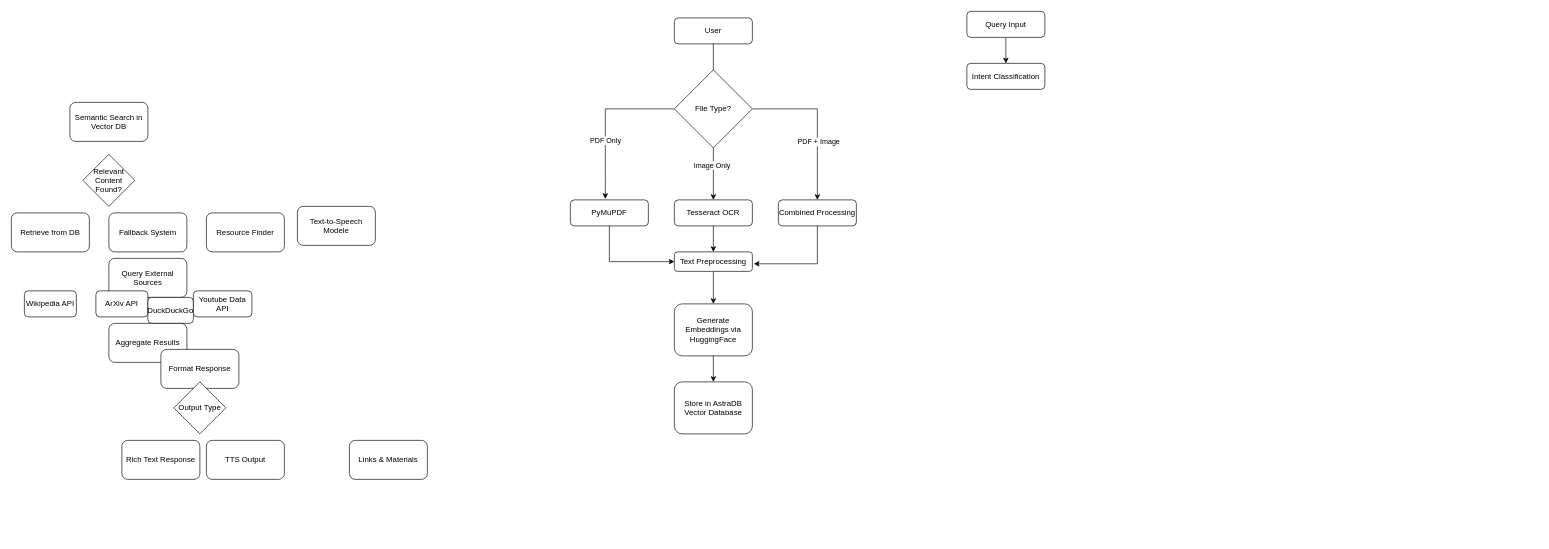
Earlier version of the draw.io diagram Untitled Diagram.drawio (krishSharma1810/SkillBridgeAIFrontend). Source tidied: cells renumbered, new cells numbered last; positions are measured from the earlier drawing's top-left corner, leaving out a move shared by most shapes. Both pictures are drawn from the tidied source at 65%, with x=0, y=0 at pixel (11, 11).
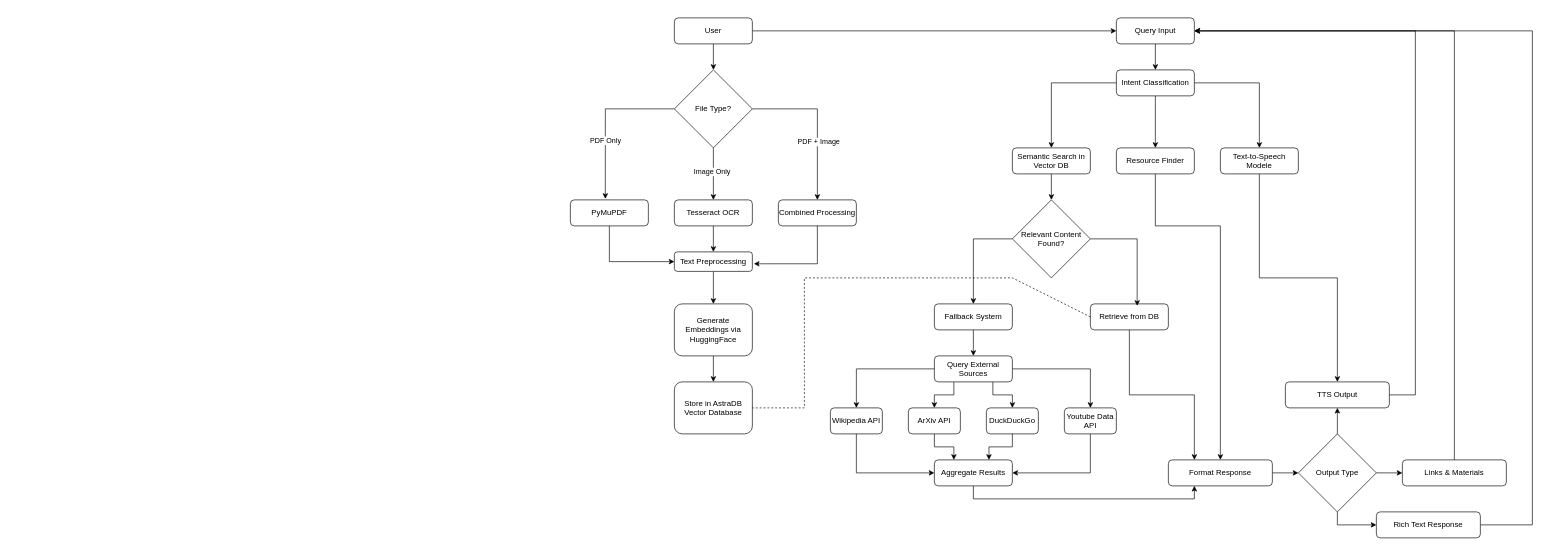
Above is the later version.

The change refers to these unchanged cells:
```xml
<mxCell id="27" value="File Type?" style="rhombus;whiteSpace=wrap;html=1;" parent="1" vertex="1">
  <mxGeometry x="1020" y="90" width="120" height="120" as="geometry" />
</mxCell>
<mxCell id="31" value="Tesseract OCR" style="rounded=1;whiteSpace=wrap;html=1;" parent="1" vertex="1">
  <mxGeometry x="1020" y="290" width="120" height="40" as="geometry" />
</mxCell>
<mxCell id="37" value="Store in AstraDB Vector Database" style="rounded=1;whiteSpace=wrap;html=1;" parent="1" vertex="1">
  <mxGeometry x="1020" y="570" width="120" height="80" as="geometry" />
</mxCell>
```

Diff of the diagram source:
```diff
@@
     <mxCell id="3" value="Query Input" style="rounded=1;whiteSpace=wrap;html=1;" parent="1" vertex="1">
-      <mxGeometry x="1470" width="120" height="40" as="geometry" />
+      <mxGeometry x="1700" y="10" width="120" height="40" as="geometry" />
     </mxCell>
+    <mxCell id="41" style="edgeStyle=orthogonalEdgeStyle;rounded=0;jettySize=auto;html=1;" parent="1" edge="1" source="4" target="8">
+      <mxGeometry relative="1" as="geometry" />
+    </mxCell>
+    <mxCell id="42" style="edgeStyle=orthogonalEdgeStyle;rounded=0;jettySize=auto;html=1;entryX=0.5;entryY=0;entryDx=0;entryDy=0;" parent="1" edge="1" source="4" target="7">
+      <mxGeometry relative="1" as="geometry" />
+    </mxCell>
+    <mxCell id="43" style="edgeStyle=orthogonalEdgeStyle;rounded=0;jettySize=auto;html=1;entryX=0.5;entryY=0;entryDx=0;entryDy=0;" parent="1" edge="1" source="4" target="5">
+      <mxGeometry relative="1" as="geometry" />
+    </mxCell>
     <mxCell id="4" value="Intent Classification" style="rounded=1;whiteSpace=wrap;html=1;" parent="1" vertex="1">
-      <mxGeometry x="1470" y="80" width="120" height="40" as="geometry" />
+      <mxGeometry x="1700" y="90" width="120" height="40" as="geometry" />
     </mxCell>
+    <mxCell id="44" style="edgeStyle=orthogonalEdgeStyle;rounded=0;jettySize=auto;html=1;entryX=0.5;entryY=0;entryDx=0;entryDy=0;" parent="1" edge="1" source="5" target="6">
+      <mxGeometry relative="1" as="geometry" />
+    </mxCell>
     <mxCell id="5" value="Semantic Search in Vector DB" style="rounded=1;whiteSpace=wrap;html=1;" parent="1" vertex="1">
-      <mxGeometry x="90" y="140" width="120" height="60" as="geometry" />
+      <mxGeometry x="1540" y="210" width="120" height="40" as="geometry" />
     </mxCell>
+    <mxCell id="45" style="edgeStyle=orthogonalEdgeStyle;rounded=0;jettySize=auto;html=1;entryX=0.5;entryY=0;entryDx=0;entryDy=0;" parent="1" edge="1" source="6" target="9">
+      <mxGeometry relative="1" as="geometry">
+        <Array as="points">
+          <mxPoint x="1480" y="350" />
+        </Array>
+      </mxGeometry>
+    </mxCell>
     <mxCell id="6" value="Relevant Content Found?" style="rhombus;whiteSpace=wrap;html=1;" parent="1" vertex="1">
-      <mxGeometry x="110" y="220" width="80" height="80" as="geometry" />
+      <mxGeometry x="1540" y="290" width="120" height="120" as="geometry" />
     </mxCell>
+    <mxCell id="46" style="edgeStyle=orthogonalEdgeStyle;rounded=0;jettySize=auto;html=1;entryX=0.5;entryY=0;entryDx=0;entryDy=0;" parent="1" edge="1" source="7" target="17">
+      <mxGeometry relative="1" as="geometry">
+        <Array as="points">
+          <mxPoint x="1760" y="330" />
+          <mxPoint x="1860" y="330" />
+        </Array>
+      </mxGeometry>
+    </mxCell>
     <mxCell id="7" value="Resource Finder" style="rounded=1;whiteSpace=wrap;html=1;" parent="1" vertex="1">
-      <mxGeometry x="300" y="310" width="120" height="60" as="geometry" />
+      <mxGeometry x="1700" y="210" width="120" height="40" as="geometry" />
     </mxCell>
+    <mxCell id="47" style="edgeStyle=orthogonalEdgeStyle;rounded=0;jettySize=auto;html=1;entryX=0.5;entryY=0;entryDx=0;entryDy=0;" parent="1" edge="1" source="8" target="20">
+      <mxGeometry relative="1" as="geometry" />
+    </mxCell>
     <mxCell id="8" value="Text-to-Speech Modele" style="rounded=1;whiteSpace=wrap;html=1;" parent="1" vertex="1">
-      <mxGeometry x="440" y="300" width="120" height="60" as="geometry" />
+      <mxGeometry x="1860" y="210" width="120" height="40" as="geometry" />
     </mxCell>
+    <mxCell id="48" style="edgeStyle=orthogonalEdgeStyle;rounded=0;jettySize=auto;html=1;entryX=0.5;entryY=0;entryDx=0;entryDy=0;" parent="1" edge="1" source="9" target="11">
+      <mxGeometry relative="1" as="geometry" />
+    </mxCell>
     <mxCell id="9" value="Fallback System" style="rounded=1;whiteSpace=wrap;html=1;" parent="1" vertex="1">
-      <mxGeometry x="150" y="310" width="120" height="60" as="geometry" />
+      <mxGeometry x="1420" y="450" width="120" height="40" as="geometry" />
     </mxCell>
+    <mxCell id="49" style="edgeStyle=orthogonalEdgeStyle;rounded=0;jettySize=auto;html=1;entryX=0.25;entryY=0;entryDx=0;entryDy=0;" parent="1" edge="1" source="10" target="17">
+      <mxGeometry relative="1" as="geometry" />
+    </mxCell>
     <mxCell id="10" value="Retrieve from DB" style="rounded=1;whiteSpace=wrap;html=1;" parent="1" vertex="1">
-      <mxGeometry y="310" width="120" height="60" as="geometry" />
+      <mxGeometry x="1660" y="450" width="120" height="40" as="geometry" />
     </mxCell>
+    <mxCell id="50" style="edgeStyle=orthogonalEdgeStyle;rounded=0;jettySize=auto;html=1;" parent="1" edge="1" source="11" target="12">
+      <mxGeometry relative="1" as="geometry" />
+    </mxCell>
+    <mxCell id="51" style="edgeStyle=orthogonalEdgeStyle;rounded=0;jettySize=auto;html=1;exitX=0.25;exitY=1;exitDx=0;exitDy=0;entryX=0.5;entryY=0;entryDx=0;entryDy=0;" parent="1" edge="1" source="11" target="13">
+      <mxGeometry relative="1" as="geometry" />
+    </mxCell>
+    <mxCell id="52" style="edgeStyle=orthogonalEdgeStyle;rounded=0;jettySize=auto;html=1;exitX=0.75;exitY=1;exitDx=0;exitDy=0;entryX=0.5;entryY=0;entryDx=0;entryDy=0;" parent="1" edge="1" source="11" target="14">
+      <mxGeometry relative="1" as="geometry" />
+    </mxCell>
+    <mxCell id="53" style="edgeStyle=orthogonalEdgeStyle;rounded=0;jettySize=auto;html=1;entryX=0.5;entryY=0;entryDx=0;entryDy=0;" parent="1" edge="1" source="11" target="15">
+      <mxGeometry relative="1" as="geometry" />
+    </mxCell>
     <mxCell id="11" value="Query External Sources" style="rounded=1;whiteSpace=wrap;html=1;" parent="1" vertex="1">
-      <mxGeometry x="150" y="380" width="120" height="60" as="geometry" />
+      <mxGeometry x="1420" y="530" width="120" height="40" as="geometry" />
     </mxCell>
+    <mxCell id="54" style="edgeStyle=orthogonalEdgeStyle;rounded=0;jettySize=auto;html=1;entryX=0;entryY=0.5;entryDx=0;entryDy=0;" parent="1" edge="1" source="12" target="16">
+      <mxGeometry relative="1" as="geometry">
+        <Array as="points">
+          <mxPoint x="1300" y="710" />
+        </Array>
+      </mxGeometry>
+    </mxCell>
     <mxCell id="12" value="Wikipedia API" style="rounded=1;whiteSpace=wrap;html=1;" parent="1" vertex="1">
-      <mxGeometry x="20" y="430" width="80" height="40" as="geometry" />
+      <mxGeometry x="1260" y="610" width="80" height="40" as="geometry" />
     </mxCell>
+    <mxCell id="55" style="edgeStyle=orthogonalEdgeStyle;rounded=0;jettySize=auto;html=1;entryX=0.25;entryY=0;entryDx=0;entryDy=0;" parent="1" edge="1" source="13" target="16">
+      <mxGeometry relative="1" as="geometry" />
+    </mxCell>
     <mxCell id="13" value="ArXiv API" style="rounded=1;whiteSpace=wrap;html=1;" parent="1" vertex="1">
-      <mxGeometry x="130" y="430" width="80" height="40" as="geometry" />
+      <mxGeometry x="1380" y="610" width="80" height="40" as="geometry" />
     </mxCell>
     <mxCell id="14" value="DuckDuckGo" style="rounded=1;whiteSpace=wrap;html=1;" parent="1" vertex="1">
-      <mxGeometry x="210" y="440" width="70" height="40" as="geometry" />
+      <mxGeometry x="1500" y="610" width="80" height="40" as="geometry" />
     </mxCell>
+    <mxCell id="56" style="edgeStyle=orthogonalEdgeStyle;rounded=0;jettySize=auto;html=1;entryX=1;entryY=0.5;entryDx=0;entryDy=0;" parent="1" edge="1" source="15" target="16">
+      <mxGeometry relative="1" as="geometry">
+        <Array as="points">
+          <mxPoint x="1660" y="710" />
+        </Array>
+      </mxGeometry>
+    </mxCell>
     <mxCell id="15" value="Youtube Data API" style="rounded=1;whiteSpace=wrap;html=1;" parent="1" vertex="1">
-      <mxGeometry x="280" y="430" width="90" height="40" as="geometry" />
+      <mxGeometry x="1620" y="610" width="80" height="40" as="geometry" />
     </mxCell>
+    <mxCell id="57" style="edgeStyle=orthogonalEdgeStyle;rounded=0;jettySize=auto;html=1;entryX=0.25;entryY=1;entryDx=0;entryDy=0;" parent="1" edge="1" source="16" target="17">
+      <mxGeometry relative="1" as="geometry">
+        <Array as="points">
+          <mxPoint x="1480" y="750" />
+          <mxPoint x="1820" y="750" />
+        </Array>
+      </mxGeometry>
+    </mxCell>
     <mxCell id="16" value="Aggregate Results" style="rounded=1;whiteSpace=wrap;html=1;" parent="1" vertex="1">
-      <mxGeometry x="150" y="480" width="120" height="60" as="geometry" />
+      <mxGeometry x="1420" y="690" width="120" height="40" as="geometry" />
     </mxCell>
+    <mxCell id="58" style="edgeStyle=orthogonalEdgeStyle;rounded=0;jettySize=auto;html=1;entryX=0;entryY=0.5;entryDx=0;entryDy=0;" parent="1" edge="1" source="17" target="18">
+      <mxGeometry relative="1" as="geometry" />
+    </mxCell>
     <mxCell id="17" value="Format Response" style="rounded=1;whiteSpace=wrap;html=1;" parent="1" vertex="1">
-      <mxGeometry x="230" y="520" width="120" height="60" as="geometry" />
+      <mxGeometry x="1780" y="690" width="160" height="40" as="geometry" />
     </mxCell>
+    <mxCell id="59" style="edgeStyle=orthogonalEdgeStyle;rounded=0;jettySize=auto;html=1;entryX=0.5;entryY=1;entryDx=0;entryDy=0;" parent="1" edge="1" source="18" target="20">
+      <mxGeometry relative="1" as="geometry" />
+    </mxCell>
+    <mxCell id="60" style="edgeStyle=orthogonalEdgeStyle;rounded=0;jettySize=auto;html=1;" parent="1" edge="1" source="18" target="19">
+      <mxGeometry relative="1" as="geometry">
+        <Array as="points">
+          <mxPoint x="2040" y="790" />
+        </Array>
+      </mxGeometry>
+    </mxCell>
+    <mxCell id="61" style="edgeStyle=orthogonalEdgeStyle;rounded=0;jettySize=auto;html=1;entryX=0;entryY=0.5;entryDx=0;entryDy=0;" parent="1" edge="1" source="18" target="21">
+      <mxGeometry relative="1" as="geometry" />
+    </mxCell>
     <mxCell id="18" value="Output Type" style="rhombus;whiteSpace=wrap;html=1;" parent="1" vertex="1">
-      <mxGeometry x="250" y="570" width="80" height="80" as="geometry" />
+      <mxGeometry x="1980" y="650" width="120" height="120" as="geometry" />
     </mxCell>
+    <mxCell id="62" style="edgeStyle=orthogonalEdgeStyle;rounded=0;jettySize=auto;html=1;entryX=1;entryY=0.5;entryDx=0;entryDy=0;" parent="1" edge="1" source="19" target="3">
+      <mxGeometry relative="1" as="geometry">
+        <Array as="points">
+          <mxPoint x="2340" y="790" />
+          <mxPoint x="2340" y="30" />
+        </Array>
+      </mxGeometry>
+    </mxCell>
     <mxCell id="19" value="Rich Text Response" style="rounded=1;whiteSpace=wrap;html=1;" parent="1" vertex="1">
-      <mxGeometry x="170" y="660" width="120" height="60" as="geometry" />
+      <mxGeometry x="2100" y="770" width="160" height="40" as="geometry" />
     </mxCell>
+    <mxCell id="63" style="edgeStyle=orthogonalEdgeStyle;rounded=0;jettySize=auto;html=1;" parent="1" edge="1" source="20">
+      <mxGeometry relative="1" as="geometry">
+        <mxPoint x="1820" y="30" as="targetPoint" />
+        <Array as="points">
+          <mxPoint x="2160" y="590" />
+          <mxPoint x="2160" y="30" />
+        </Array>
+      </mxGeometry>
+    </mxCell>
     <mxCell id="20" value="TTS Output" style="rounded=1;whiteSpace=wrap;html=1;" parent="1" vertex="1">
-      <mxGeometry x="300" y="660" width="120" height="60" as="geometry" />
+      <mxGeometry x="1960" y="570" width="160" height="40" as="geometry" />
     </mxCell>
+    <mxCell id="64" style="edgeStyle=orthogonalEdgeStyle;rounded=0;jettySize=auto;html=1;entryX=1;entryY=0.5;entryDx=0;entryDy=0;" parent="1" edge="1" source="21" target="3">
+      <mxGeometry relative="1" as="geometry">
+        <Array as="points">
+          <mxPoint x="2220" y="30" />
+        </Array>
+      </mxGeometry>
+    </mxCell>
     <mxCell id="21" value="Links &amp;amp; Materials" style="rounded=1;whiteSpace=wrap;html=1;" parent="1" vertex="1">
-      <mxGeometry x="520" y="660" width="120" height="60" as="geometry" />
+      <mxGeometry x="2140" y="690" width="160" height="40" as="geometry" />
     </mxCell>
-    <mxCell id="22" style="edgeStyle=orthogonalEdgeStyle;rounded=0;jettySize=auto;html=1;entryX=0.5;entryY=0;entryDx=0;entryDy=0;" parent="1" edge="1" source="24" target="31">
-      <mxGeometry relative="1" as="geometry" />
-    </mxCell>
-    <mxCell id="23" value="Image Only" style="edgeLabel;html=1;align=center;verticalAlign=middle;" parent="22" vertex="1">
-      <mxGeometry x="0.55" y="-3" relative="1" as="geometry" />
-    </mxCell>
+    <mxCell id="65" style="edgeStyle=orthogonalEdgeStyle;rounded=0;jettySize=auto;html=1;entryX=0;entryY=0.5;entryDx=0;entryDy=0;" parent="1" edge="1" source="24" target="3">
+      <mxGeometry relative="1" as="geometry" />
+    </mxCell>
+    <mxCell id="66" style="edgeStyle=orthogonalEdgeStyle;rounded=0;jettySize=auto;html=1;entryX=0.5;entryY=0;entryDx=0;entryDy=0;" parent="1" edge="1" source="24" target="27">
+      <mxGeometry relative="1" as="geometry" />
+    </mxCell>
-    <mxCell id="24" value="User" style="rounded=1;whiteSpace=wrap;html=1;" parent="1" vertex="1">
+    <mxCell id="24" value="&lt;div&gt;User&lt;/div&gt;" style="rounded=1;whiteSpace=wrap;html=1;" parent="1" vertex="1">
       <mxGeometry x="1020" y="10" width="120" height="40" as="geometry" />
     </mxCell>
@@
+    <mxCell id="67" style="edgeStyle=orthogonalEdgeStyle;rounded=0;jettySize=auto;html=1;entryX=0.5;entryY=0;entryDx=0;entryDy=0;" parent="1" edge="1" source="27" target="31">
+      <mxGeometry relative="1" as="geometry" />
+    </mxCell>
+    <mxCell id="23" value="Image Only" style="edgeLabel;html=1;align=center;verticalAlign=middle;" parent="67" vertex="1">
+      <mxGeometry x="-0.09" y="-3" relative="1" as="geometry" />
+    </mxCell>
@@
+    <mxCell id="68" style="edgeStyle=orthogonalEdgeStyle;rounded=0;jettySize=auto;html=1;entryX=0.7;entryY=0;entryDx=0;entryDy=0;entryPerimeter=0;" parent="1" edge="1" source="14" target="16">
+      <mxGeometry relative="1" as="geometry" />
+    </mxCell>
+    <mxCell id="69" style="edgeStyle=orthogonalEdgeStyle;rounded=0;jettySize=auto;html=1;entryX=0.6;entryY=0.075;entryDx=0;entryDy=0;entryPerimeter=0;" parent="1" edge="1" source="6" target="10">
+      <mxGeometry relative="1" as="geometry">
+        <Array as="points">
+          <mxPoint x="1732" y="350" />
+        </Array>
+      </mxGeometry>
+    </mxCell>
+    <mxCell id="70" style="endArrow=none;dashed=1;html=1;rounded=0;entryX=1;entryY=0.5;entryDx=0;entryDy=0;exitX=0;exitY=0.5;exitDx=0;exitDy=0;" parent="1" edge="1" source="10" target="37">
+      <mxGeometry relative="1" as="geometry">
+        <Array as="points">
+          <mxPoint x="1540" y="410" />
+          <mxPoint x="1220" y="410" />
+          <mxPoint x="1220" y="610" />
+        </Array>
+      </mxGeometry>
+    </mxCell>
```
